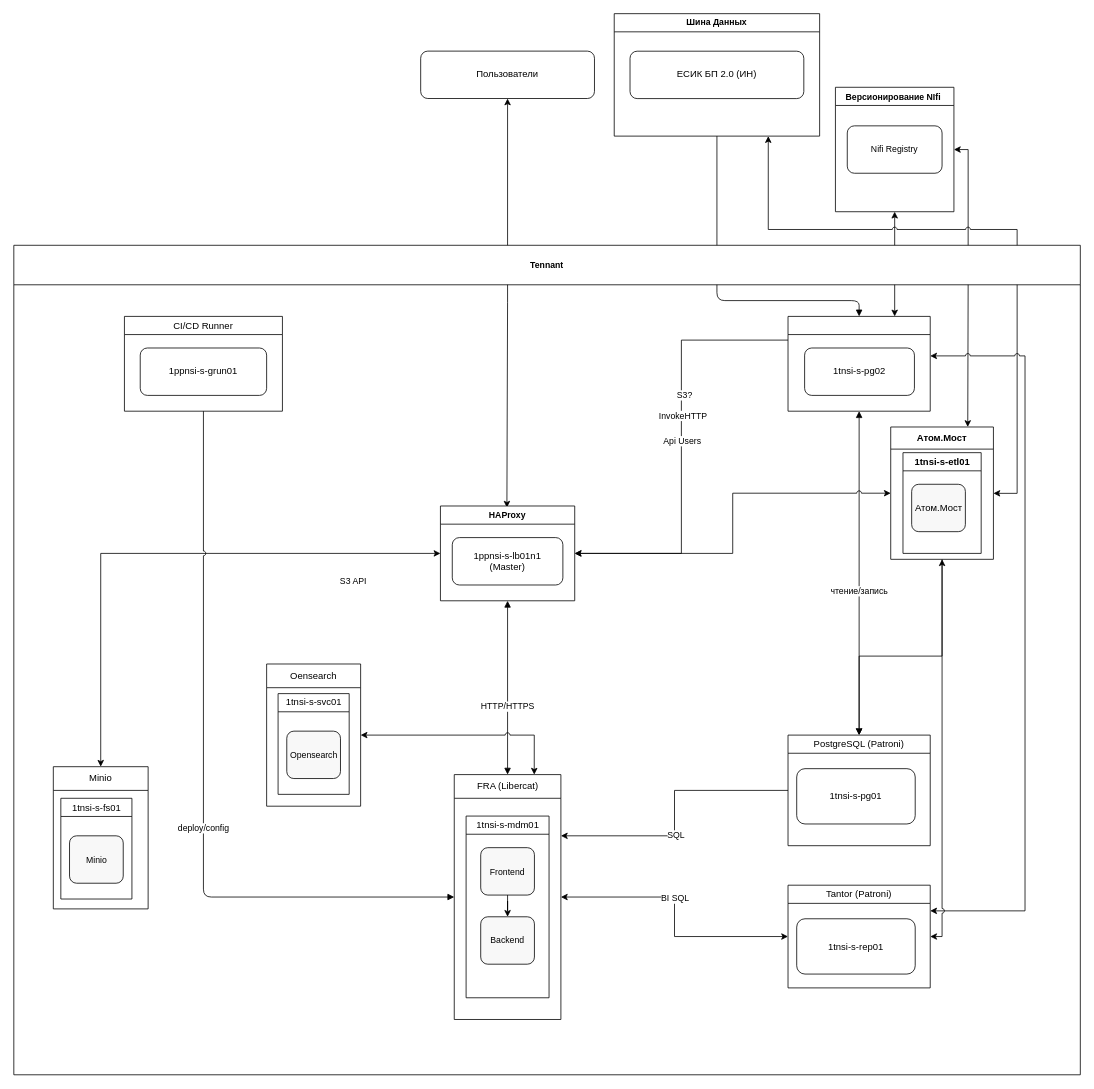
Earlier version of the draw.io diagram RA_infrastrukture_shema_test.drawio (Grin5/drawIo). Source tidied: cells renumbered, new cells numbered last; positions are measured from the earlier drawing's top-left corner, leaving out a move shared by most shapes. Both pictures are drawn from the tidied source at 79%, with x=0, y=0 at pixel (13, 13).
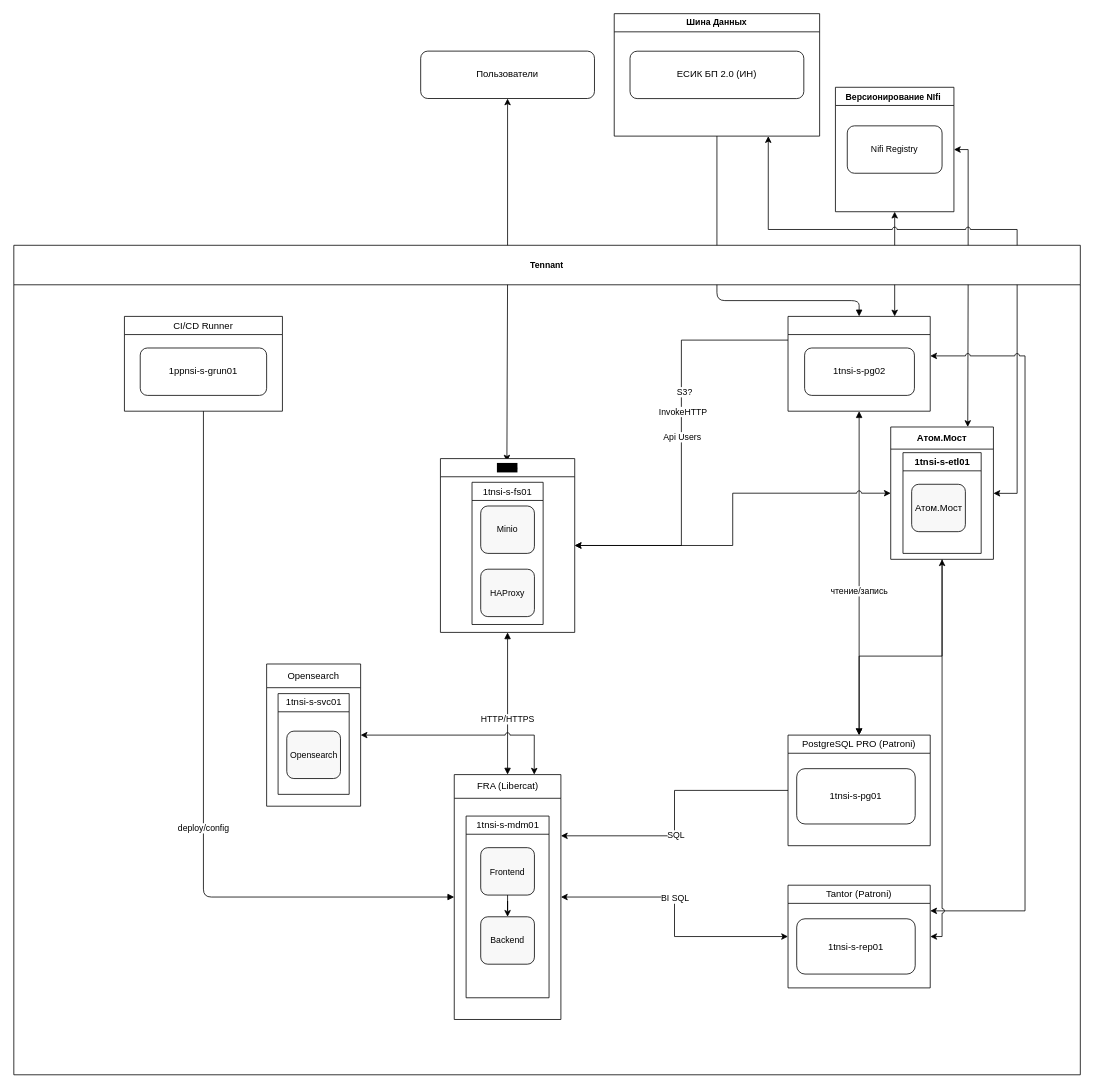
After the change.

Unchanged cells that the change refers to:
```xml
<mxCell id="8" value="Tennant" style="swimlane;whiteSpace=wrap;html=1;fontFamily=Helvetica;fontSize=11;fontColor=default;labelBackgroundColor=default;startSize=50;" parent="1" vertex="1">
  <mxGeometry y="293" width="1350" height="1050" as="geometry" />
</mxCell>
```

The edit, as a diff of the source:
```diff
@@
-    <mxCell id="14" value="HAProxy" style="swimlane;whiteSpace=wrap;html=1;fontFamily=Helvetica;fontSize=11;fontColor=default;labelBackgroundColor=default;" parent="8" vertex="1">
-      <mxGeometry x="540" y="330" width="170" height="120" as="geometry" />
+    <mxCell id="14" value="&lt;span style=&quot;font-weight: 400; background-color: light-dark(rgb(0, 0, 0), rgb(0, 0, 0));&quot;&gt;Minio&lt;/span&gt;" style="swimlane;whiteSpace=wrap;html=1;fontFamily=Helvetica;fontSize=11;fontColor=default;labelBackgroundColor=default;" parent="8" vertex="1">
+      <mxGeometry x="540" y="270" width="170" height="220" as="geometry" />
     </mxCell>
-    <mxCell id="15" value="1ppnsi-s-lb01n1&lt;br&gt;(Master)" style="rounded=1;whiteSpace=wrap;html=1;fillColor=#FFFFFF;strokeColor=#000000;fontSize=12;" parent="14" vertex="1">
-      <mxGeometry x="15" y="40" width="140" height="60" as="geometry" />
-    </mxCell>
-    <mxCell id="16" value="&lt;span style=&quot;text-wrap-mode: nowrap;&quot;&gt;S3 API&lt;/span&gt;" style="text;html=1;whiteSpace=wrap;strokeColor=none;fillColor=none;align=center;verticalAlign=middle;rounded=0;fontFamily=Helvetica;fontSize=11;fontColor=default;labelBackgroundColor=default;" parent="8" vertex="1">
-      <mxGeometry x="400" y="410" width="60" height="30" as="geometry" />
-    </mxCell>
+    <mxCell id="22" value="&lt;span style=&quot;font-weight: 400;&quot;&gt;1tnsi-s-fs01&lt;/span&gt;" style="swimlane;whiteSpace=wrap;html=1;" parent="14" vertex="1">
+      <mxGeometry x="40" y="30" width="90" height="180" as="geometry" />
+    </mxCell>
+    <mxCell id="23" value="Minio" style="rounded=1;whiteSpace=wrap;html=1;fillColor=#F8F8F8;strokeColor=#000000;fontSize=11;" parent="22" vertex="1">
+      <mxGeometry x="11" y="30" width="68" height="60" as="geometry" />
+    </mxCell>
+    <mxCell id="55" value="HAProxy" style="rounded=1;whiteSpace=wrap;html=1;fillColor=#F8F8F8;strokeColor=#000000;fontSize=11;" parent="22" vertex="1">
+      <mxGeometry x="11" y="110" width="68" height="60" as="geometry" />
+    </mxCell>
@@
-    <mxCell id="21" value="&lt;span style=&quot;font-weight: 400; text-align: left;&quot;&gt;Minio&lt;/span&gt;" style="swimlane;whiteSpace=wrap;html=1;startSize=30;" parent="8" vertex="1">
-      <mxGeometry x="50" y="660" width="120" height="180" as="geometry" />
-    </mxCell>
-    <mxCell id="22" value="&lt;span style=&quot;font-weight: 400;&quot;&gt;1tnsi-s-fs01&lt;/span&gt;" style="swimlane;whiteSpace=wrap;html=1;" parent="21" vertex="1">
-      <mxGeometry x="9.5" y="40" width="90" height="127.5" as="geometry" />
-    </mxCell>
-    <mxCell id="23" value="Minio" style="rounded=1;whiteSpace=wrap;html=1;fillColor=#F8F8F8;strokeColor=#000000;fontSize=11;" parent="22" vertex="1">
-      <mxGeometry x="11" y="47.5" width="68" height="60" as="geometry" />
-    </mxCell>
-    <mxCell id="24" style="edgeStyle=orthogonalEdgeStyle;shape=connector;rounded=0;jettySize=auto;html=1;shadow=0;strokeColor=default;align=center;verticalAlign=middle;fontFamily=Helvetica;fontSize=11;fontColor=default;labelBackgroundColor=default;startArrow=classic;startFill=1;endArrow=classic;flowAnimation=0;entryX=0.5;entryY=0;entryDx=0;entryDy=0;jumpStyle=arc;exitX=0;exitY=0.5;exitDx=0;exitDy=0;" parent="8" edge="1" source="14" target="21">
-      <mxGeometry relative="1" as="geometry">
-        <Array as="points">
-          <mxPoint x="110" y="390" />
-        </Array>
-      </mxGeometry>
-    </mxCell>
@@
-    <mxCell id="26" value="&lt;span style=&quot;font-weight: 400; text-align: left;&quot;&gt;Oensearch&lt;/span&gt;" style="swimlane;whiteSpace=wrap;html=1;startSize=30;" parent="8" vertex="1">
+    <mxCell id="26" value="&lt;span style=&quot;font-weight: 400; text-align: left;&quot;&gt;Opensearch&lt;/span&gt;" style="swimlane;whiteSpace=wrap;html=1;startSize=30;" parent="8" vertex="1">
       <mxGeometry x="320" y="530" width="119" height="180" as="geometry" />
     </mxCell>
@@
-    <mxCell id="31" value="&lt;span style=&quot;font-weight: 400; text-align: left;&quot;&gt;PostgreSQL (Patroni)&lt;/span&gt;" style="swimlane;whiteSpace=wrap;html=1;" parent="8" vertex="1">
+    <mxCell id="31" value="&lt;span style=&quot;font-weight: 400; text-align: left;&quot;&gt;PostgreSQL PRO (Patroni)&lt;/span&gt;" style="swimlane;whiteSpace=wrap;html=1;" parent="8" vertex="1">
       <mxGeometry x="980" y="620" width="180" height="140" as="geometry" />
     </mxCell>
```
